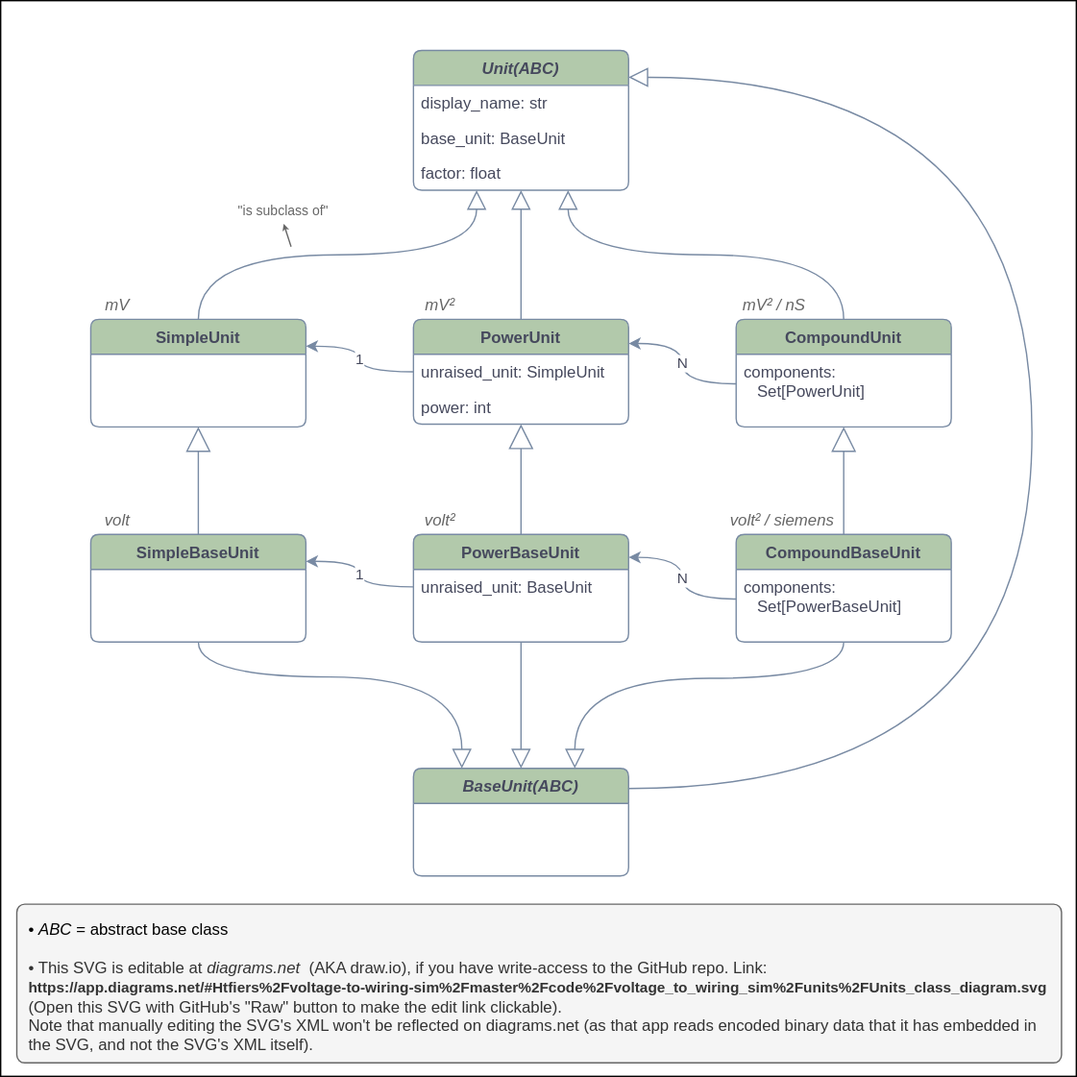
Earlier version of the draw.io export code/voltage_to_wiring_sim/units/Units_class_diagram.svg (tfiers/phd). Source tidied: cells renumbered, new cells last; positions are measured from the earlier drawing's top-left corner, leaving out a move shared by most shapes.
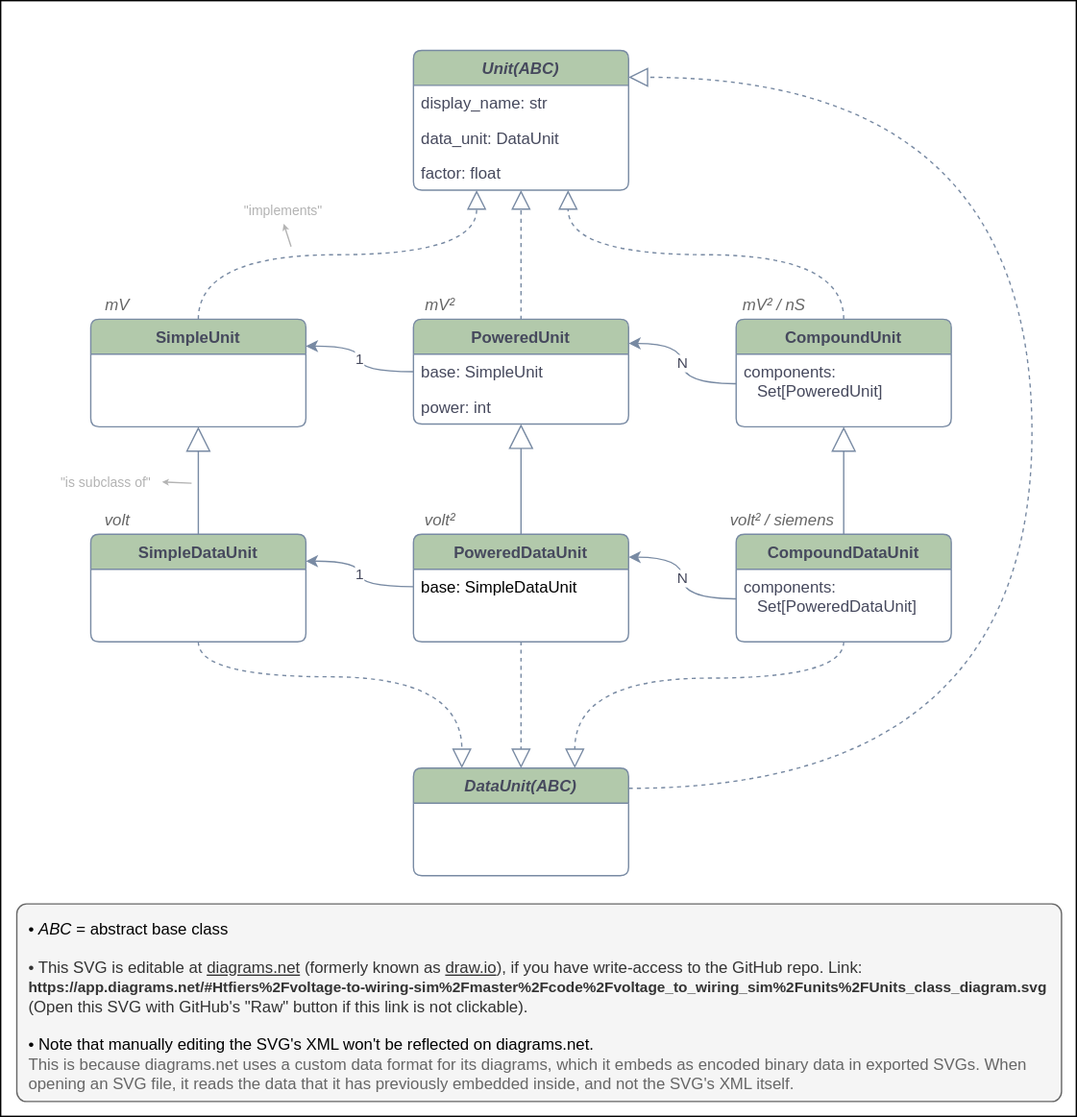
The same diagram one commit later.

Commit message:
Units_class_diagram: rename BaseUnit to DataUnit

The edit, as a diff of the source:
```diff
@@ -3,12 +3,12 @@
     <mxCell id="0" />
     <mxCell id="1" parent="0" />
     <mxCell id="2" style="rounded=0;whiteSpace=wrap;html=1;fontSize=12;align=left;" parent="1" vertex="1">
-      <mxGeometry width="800" height="800" as="geometry" />
+      <mxGeometry width="800" height="830" as="geometry" />
     </mxCell>
     <mxCell id="3" style="endArrow=block;endSize=16;endFill=0;html=1;strokeColor=#788AA3;fontColor=#46495D;curved=1;" parent="1" edge="1" source="34" target="24">
       <mxGeometry relative="1" as="geometry" />
     </mxCell>
-    <mxCell id="4" style="endArrow=block;endFill=0;endSize=12;html=1;strokeColor=#788AA3;fontColor=#46495D;edgeStyle=orthogonalEdgeStyle;curved=1;exitX=0.5;exitY=0;exitDx=0;exitDy=0;" parent="1" edge="1" source="24" target="25">
+    <mxCell id="4" style="endArrow=block;endFill=0;endSize=12;html=1;strokeColor=#788AA3;fontColor=#46495D;edgeStyle=orthogonalEdgeStyle;curved=1;exitX=0.5;exitY=0;exitDx=0;exitDy=0;dashed=1;" parent="1" edge="1" source="24" target="25">
       <mxGeometry relative="1" as="geometry">
         <Array as="points">
           <mxPoint x="147" y="189" />
@@ -16,7 +16,7 @@
         </Array>
       </mxGeometry>
     </mxCell>
-    <mxCell id="5" style="endArrow=block;endFill=0;endSize=12;html=1;strokeColor=#788AA3;fontColor=#46495D;exitX=0.5;exitY=0;exitDx=0;exitDy=0;edgeStyle=orthogonalEdgeStyle;curved=1;" parent="1" edge="1" source="29" target="25">
+    <mxCell id="5" style="endArrow=block;endFill=0;endSize=12;html=1;strokeColor=#788AA3;fontColor=#46495D;exitX=0.5;exitY=0;exitDx=0;exitDy=0;edgeStyle=orthogonalEdgeStyle;curved=1;dashed=1;" parent="1" edge="1" source="29" target="25">
       <mxGeometry relative="1" as="geometry" />
     </mxCell>
     <mxCell id="6" value="1" style="endArrow=none;html=1;exitX=1;exitY=0.25;exitDx=0;exitDy=0;strokeColor=#788AA3;fontColor=#46495D;startArrow=classic;startFill=1;entryX=0;entryY=0.5;entryDx=0;entryDy=0;edgeStyle=orthogonalEdgeStyle;curved=1;" parent="1" edge="1" source="24" target="30">
@@ -30,7 +30,7 @@
         </Array>
       </mxGeometry>
     </mxCell>
-    <mxCell id="8" style="endArrow=block;endFill=0;endSize=12;html=1;strokeColor=#788AA3;fontColor=#46495D;edgeStyle=orthogonalEdgeStyle;curved=1;exitX=0.5;exitY=0;exitDx=0;exitDy=0;" parent="1" edge="1" source="37" target="25">
+    <mxCell id="8" style="endArrow=block;endFill=0;endSize=12;html=1;strokeColor=#788AA3;fontColor=#46495D;edgeStyle=orthogonalEdgeStyle;curved=1;exitX=0.5;exitY=0;exitDx=0;exitDy=0;dashed=1;" parent="1" edge="1" source="37" target="25">
       <mxGeometry relative="1" as="geometry">
         <Array as="points">
           <mxPoint x="627" y="189" />
@@ -55,7 +55,7 @@
     <mxCell id="12" style="endArrow=block;endSize=16;endFill=0;html=1;strokeColor=#788AA3;fontColor=#46495D;curved=1;" parent="1" edge="1" source="35" target="37">
       <mxGeometry relative="1" as="geometry" />
     </mxCell>
-    <mxCell id="13" style="endArrow=block;endFill=0;endSize=12;html=1;strokeColor=#788AA3;fontColor=#46495D;edgeStyle=orthogonalEdgeStyle;curved=1;" parent="1" edge="1" source="39" target="25">
+    <mxCell id="13" style="endArrow=block;endFill=0;endSize=12;html=1;strokeColor=#788AA3;fontColor=#46495D;edgeStyle=orthogonalEdgeStyle;curved=1;dashed=1;" parent="1" edge="1" source="39" target="25">
       <mxGeometry relative="1" as="geometry">
         <Array as="points">
           <mxPoint x="767" y="586" />
@@ -63,7 +63,7 @@
         </Array>
       </mxGeometry>
     </mxCell>
-    <mxCell id="14" style="endArrow=block;endFill=0;endSize=12;html=1;strokeColor=#788AA3;fontColor=#46495D;edgeStyle=orthogonalEdgeStyle;curved=1;" parent="1" edge="1" source="34" target="39">
+    <mxCell id="14" style="endArrow=block;endFill=0;endSize=12;html=1;strokeColor=#788AA3;fontColor=#46495D;edgeStyle=orthogonalEdgeStyle;curved=1;dashed=1;" parent="1" edge="1" source="34" target="39">
       <mxGeometry relative="1" as="geometry">
         <Array as="points">
           <mxPoint x="147" y="503" />
@@ -71,10 +71,10 @@
         </Array>
       </mxGeometry>
     </mxCell>
-    <mxCell id="15" style="endArrow=block;endFill=0;endSize=12;html=1;strokeColor=#788AA3;fontColor=#46495D;edgeStyle=orthogonalEdgeStyle;curved=1;" parent="1" edge="1" source="32" target="39">
+    <mxCell id="15" style="endArrow=block;endFill=0;endSize=12;html=1;strokeColor=#788AA3;fontColor=#46495D;edgeStyle=orthogonalEdgeStyle;curved=1;dashed=1;" parent="1" edge="1" source="32" target="39">
       <mxGeometry relative="1" as="geometry" />
     </mxCell>
-    <mxCell id="16" style="endArrow=block;endFill=0;endSize=12;html=1;strokeColor=#788AA3;fontColor=#46495D;edgeStyle=orthogonalEdgeStyle;curved=1;" parent="1" edge="1" source="35" target="39">
+    <mxCell id="16" style="endArrow=block;endFill=0;endSize=12;html=1;strokeColor=#788AA3;fontColor=#46495D;edgeStyle=orthogonalEdgeStyle;curved=1;dashed=1;" parent="1" edge="1" source="35" target="39">
       <mxGeometry relative="1" as="geometry">
         <Array as="points">
           <mxPoint x="627" y="504" />
@@ -82,8 +82,8 @@
         </Array>
       </mxGeometry>
     </mxCell>
-    <mxCell id="17" value="&lt;span style=&quot;color: rgb(0 , 0 , 0) ; text-align: center&quot;&gt;• &lt;i&gt;ABC&lt;/i&gt; = abstract base class&lt;/span&gt;&lt;i&gt;&lt;br&gt;&lt;br&gt;&lt;/i&gt;• This SVG is editable at &lt;i&gt;diagrams.net&amp;nbsp;&lt;/i&gt;&amp;nbsp;(AKA draw.io), if you have write-access to the GitHub repo. Link:&lt;br&gt;&lt;a href=&quot;https://app.diagrams.net/#Htfiers%2Fvoltage-to-wiring-sim%2Fmaster%2Fcode%2Fvoltage_to_wiring_sim%2Funits%2FUnits_class_diagram.svg&quot;&gt;&lt;font style=&quot;font-size: 11px&quot;&gt;&lt;b&gt;https://app.diagrams.net/#Htfiers%2Fvoltage-to-wiring-sim%2Fmaster%2Fcode%2Fvoltage_to_wiring_sim%2Funits%2FUnits_class_diagram.svg&lt;/b&gt;&lt;/font&gt;&lt;/a&gt;&lt;br&gt;(Open this SVG with GitHub's &quot;Raw&quot; button to make the edit link clickable).&lt;br&gt;Note that manually editing the SVG's XML won't be reflected on diagrams.net (as that app reads encoded binary data that it has embedded in the SVG, and not the SVG's XML itself)." style="text;html=1;align=left;verticalAlign=top;whiteSpace=wrap;rounded=1;fontSize=12;strokeColor=#666666;fillColor=#f5f5f5;fontColor=#333333;perimeterSpacing=8;arcSize=5;spacing=9;shadow=0;spacingTop=-2;" parent="1" vertex="1">
-      <mxGeometry x="12" y="672" width="777" height="118" as="geometry" />
+    <mxCell id="17" value="&lt;span style=&quot;color: rgb(0 , 0 , 0) ; text-align: center&quot;&gt;• &lt;i&gt;ABC&lt;/i&gt; = abstract base class&lt;/span&gt;&lt;i&gt;&lt;br&gt;&lt;br&gt;&lt;/i&gt;• This SVG is editable at &lt;u&gt;diagrams.net&lt;/u&gt;&amp;nbsp;(formerly known as &lt;u&gt;draw.io&lt;/u&gt;), if you have write-access to the GitHub repo. Link:&lt;br&gt;&lt;a href=&quot;https://app.diagrams.net/#Htfiers%2Fvoltage-to-wiring-sim%2Fmaster%2Fcode%2Fvoltage_to_wiring_sim%2Funits%2FUnits_class_diagram.svg&quot;&gt;&lt;font style=&quot;font-size: 11px&quot;&gt;&lt;b&gt;https://app.diagrams.net/#Htfiers%2Fvoltage-to-wiring-sim%2Fmaster%2Fcode%2Fvoltage_to_wiring_sim%2Funits%2FUnits_class_diagram.svg&lt;/b&gt;&lt;/font&gt;&lt;/a&gt;&lt;br&gt;(Open this SVG with GitHub's &quot;Raw&quot; button if this link is not clickable).&lt;br&gt;&lt;font style=&quot;color: rgb(102 , 102 , 102) ; font-size: 8px ; line-height: 80%&quot;&gt;&amp;nbsp;&lt;/font&gt;&lt;br&gt;&lt;font color=&quot;#000000&quot;&gt;• Note that manually editing the SVG's XML won't be reflected on diagrams.net.&lt;/font&gt;&lt;br&gt;&lt;font color=&quot;#666666&quot;&gt;This is because diagrams.net uses a custom data format for its diagrams, which it embeds as encoded binary data in exported SVGs. When opening an SVG file, it reads the data that it has previously embedded inside, and not the SVG's XML itself.&lt;/font&gt;" style="text;html=1;align=left;verticalAlign=top;whiteSpace=wrap;rounded=1;fontSize=12;strokeColor=#666666;fillColor=#f5f5f5;fontColor=#333333;perimeterSpacing=8;arcSize=5;spacing=9;shadow=0;spacingTop=-2;" parent="1" vertex="1">
+      <mxGeometry x="12" y="672" width="777" height="147" as="geometry" />
     </mxCell>
     <mxCell id="18" value="mV" style="text;html=1;align=center;verticalAlign=middle;whiteSpace=wrap;rounded=0;fontSize=12;fontColor=#666666;fontStyle=2;" parent="1" vertex="1">
       <mxGeometry x="67" y="217" width="40" height="20" as="geometry" />
@@ -112,52 +112,60 @@
     <mxCell id="26" value="display_name: str" style="text;strokeColor=none;fillColor=none;align=left;verticalAlign=top;spacingLeft=4;spacingRight=4;overflow=hidden;fontColor=#46495D;rounded=1;" parent="25" vertex="1">
       <mxGeometry y="26" width="160" height="26" as="geometry" />
     </mxCell>
-    <mxCell id="27" value="base_unit: BaseUnit" style="text;strokeColor=none;fillColor=none;align=left;verticalAlign=top;spacingLeft=4;spacingRight=4;overflow=hidden;fontColor=#46495D;rounded=1;" parent="25" vertex="1">
+    <mxCell id="27" value="data_unit: DataUnit" style="text;strokeColor=none;fillColor=none;align=left;verticalAlign=top;spacingLeft=4;spacingRight=4;overflow=hidden;fontColor=#46495D;rounded=1;" parent="25" vertex="1">
       <mxGeometry y="52" width="160" height="26" as="geometry" />
     </mxCell>
     <mxCell id="28" value="factor: float" style="text;strokeColor=none;fillColor=none;align=left;verticalAlign=top;spacingLeft=4;spacingRight=4;overflow=hidden;fontColor=#46495D;rounded=1;" parent="25" vertex="1">
       <mxGeometry y="78" width="160" height="26" as="geometry" />
     </mxCell>
-    <mxCell id="29" value="PowerUnit" style="swimlane;fontStyle=1;align=center;verticalAlign=top;horizontal=1;startSize=26;shadow=0;strokeWidth=1;spacing=0;fillColor=#B2C9AB;strokeColor=#788AA3;fontColor=#46495D;rounded=1;arcSize=8;spacingTop=2;" parent="1" vertex="1">
+    <mxCell id="29" value="PoweredUnit" style="swimlane;fontStyle=1;align=center;verticalAlign=top;horizontal=1;startSize=26;shadow=0;strokeWidth=1;spacing=0;fillColor=#B2C9AB;strokeColor=#788AA3;fontColor=#46495D;rounded=1;arcSize=8;spacingTop=2;" parent="1" vertex="1">
       <mxGeometry x="307" y="237" width="160" height="78" as="geometry" />
     </mxCell>
-    <mxCell id="30" value="unraised_unit: SimpleUnit" style="text;strokeColor=none;fillColor=none;align=left;verticalAlign=top;spacingLeft=4;spacingRight=4;overflow=hidden;points=[[0,0.5],[1,0.5]];portConstraint=eastwest;fontColor=#46495D;rounded=1;" parent="29" vertex="1">
+    <mxCell id="30" value="base: SimpleUnit" style="text;strokeColor=none;fillColor=none;align=left;verticalAlign=top;spacingLeft=4;spacingRight=4;overflow=hidden;points=[[0,0.5],[1,0.5]];portConstraint=eastwest;fontColor=#46495D;rounded=1;" parent="29" vertex="1">
       <mxGeometry y="26" width="160" height="26" as="geometry" />
     </mxCell>
     <mxCell id="31" value="power: int" style="text;strokeColor=none;fillColor=none;align=left;verticalAlign=top;spacingLeft=4;spacingRight=4;overflow=hidden;rounded=1;fontSize=12;fontColor=#46495D;" parent="29" vertex="1">
       <mxGeometry y="52" width="160" height="26" as="geometry" />
     </mxCell>
-    <mxCell id="32" value="PowerBaseUnit" style="swimlane;fontStyle=1;align=center;verticalAlign=top;horizontal=1;startSize=26;shadow=0;strokeWidth=1;spacing=0;fillColor=#B2C9AB;strokeColor=#788AA3;fontColor=#46495D;rounded=1;arcSize=8;spacingTop=2;" parent="1" vertex="1">
+    <mxCell id="32" value="PoweredDataUnit" style="swimlane;fontStyle=1;align=center;verticalAlign=top;horizontal=1;startSize=26;shadow=0;strokeWidth=1;spacing=0;fillColor=#B2C9AB;strokeColor=#788AA3;fontColor=#46495D;rounded=1;arcSize=8;spacingTop=2;" parent="1" vertex="1">
       <mxGeometry x="307" y="397" width="160" height="80" as="geometry" />
     </mxCell>
-    <mxCell id="33" value="unraised_unit: BaseUnit" style="text;strokeColor=none;fillColor=none;align=left;verticalAlign=top;spacingLeft=4;spacingRight=4;overflow=hidden;points=[[0,0.5],[1,0.5]];portConstraint=eastwest;rounded=1;fontColor=#46495D;" parent="32" vertex="1">
+    <mxCell id="33" value="base: SimpleDataUnit" style="text;strokeColor=none;fillColor=none;align=left;verticalAlign=top;spacingLeft=4;spacingRight=4;overflow=hidden;points=[[0,0.5],[1,0.5]];portConstraint=eastwest;rounded=1;labelBackgroundColor=#ffffff;" parent="32" vertex="1">
       <mxGeometry y="26" width="160" height="26" as="geometry" />
     </mxCell>
-    <mxCell id="34" value="SimpleBaseUnit" style="swimlane;fontStyle=1;align=center;verticalAlign=top;horizontal=1;startSize=26;shadow=0;strokeWidth=1;spacing=0;fillColor=#B2C9AB;strokeColor=#788AA3;fontColor=#46495D;rounded=1;arcSize=8;spacingTop=2;" parent="1" vertex="1">
+    <mxCell id="34" value="SimpleDataUnit" style="swimlane;fontStyle=1;align=center;verticalAlign=top;horizontal=1;startSize=26;shadow=0;strokeWidth=1;spacing=0;fillColor=#B2C9AB;strokeColor=#788AA3;fontColor=#46495D;rounded=1;arcSize=8;spacingTop=2;" parent="1" vertex="1">
       <mxGeometry x="67" y="397" width="160" height="80" as="geometry" />
     </mxCell>
-    <mxCell id="35" value="CompoundBaseUnit" style="swimlane;fontStyle=1;align=center;verticalAlign=top;horizontal=1;startSize=26;shadow=0;strokeWidth=1;spacing=0;fillColor=#B2C9AB;strokeColor=#788AA3;fontColor=#46495D;rounded=1;arcSize=8;spacingTop=2;" parent="1" vertex="1">
+    <mxCell id="35" value="CompoundDataUnit" style="swimlane;fontStyle=1;align=center;verticalAlign=top;horizontal=1;startSize=26;shadow=0;strokeWidth=1;spacing=0;fillColor=#B2C9AB;strokeColor=#788AA3;fontColor=#46495D;rounded=1;arcSize=8;spacingTop=2;" parent="1" vertex="1">
       <mxGeometry x="547" y="397" width="160" height="80" as="geometry" />
     </mxCell>
-    <mxCell id="36" value="components:&#10;   Set[PowerBaseUnit]" style="text;strokeColor=none;fillColor=none;align=left;verticalAlign=top;spacingLeft=4;spacingRight=4;overflow=hidden;points=[[0,0.5],[1,0.5]];portConstraint=eastwest;rounded=1;fontColor=#46495D;fontSize=12;" parent="35" vertex="1">
+    <mxCell id="36" value="components:&#10;   Set[PoweredDataUnit]" style="text;strokeColor=none;fillColor=none;align=left;verticalAlign=top;spacingLeft=4;spacingRight=4;overflow=hidden;points=[[0,0.5],[1,0.5]];portConstraint=eastwest;rounded=1;fontColor=#46495D;fontSize=12;" parent="35" vertex="1">
       <mxGeometry y="26" width="160" height="44" as="geometry" />
     </mxCell>
     <mxCell id="37" value="CompoundUnit" style="swimlane;fontStyle=1;align=center;verticalAlign=top;horizontal=1;startSize=26;shadow=0;strokeWidth=1;spacing=0;fillColor=#B2C9AB;strokeColor=#788AA3;fontColor=#46495D;rounded=1;arcSize=8;spacingTop=2;" parent="1" vertex="1">
       <mxGeometry x="547" y="237" width="160" height="80" as="geometry" />
     </mxCell>
-    <mxCell id="38" value="components:&#10;   Set[PowerUnit]" style="text;strokeColor=none;fillColor=none;align=left;verticalAlign=top;spacingLeft=4;spacingRight=4;overflow=hidden;points=[[0,0.5],[1,0.5]];portConstraint=eastwest;rounded=1;fontColor=#46495D;" parent="37" vertex="1">
+    <mxCell id="38" value="components:&#10;   Set[PoweredUnit]" style="text;strokeColor=none;fillColor=none;align=left;verticalAlign=top;spacingLeft=4;spacingRight=4;overflow=hidden;points=[[0,0.5],[1,0.5]];portConstraint=eastwest;rounded=1;fontColor=#46495D;" parent="37" vertex="1">
       <mxGeometry y="26" width="160" height="44" as="geometry" />
     </mxCell>
-    <mxCell id="39" value="BaseUnit(ABC)" style="swimlane;fontStyle=3;align=center;verticalAlign=top;horizontal=1;startSize=26;shadow=0;strokeWidth=1;spacing=0;fillColor=#B2C9AB;strokeColor=#788AA3;fontColor=#46495D;rounded=1;arcSize=8;spacingTop=2;" parent="1" vertex="1">
+    <mxCell id="39" value="DataUnit(ABC)" style="swimlane;fontStyle=3;align=center;verticalAlign=top;horizontal=1;startSize=26;shadow=0;strokeWidth=1;spacing=0;fillColor=#B2C9AB;strokeColor=#788AA3;fontColor=#46495D;rounded=1;arcSize=8;spacingTop=2;" parent="1" vertex="1">
       <mxGeometry x="307" y="571" width="160" height="80" as="geometry" />
     </mxCell>
-    <mxCell id="40" value="&quot;is subclass of&quot;" style="text;html=1;strokeColor=none;fillColor=none;align=center;verticalAlign=middle;whiteSpace=wrap;rounded=0;fontColor=#666666;fontSize=10;" parent="1" vertex="1">
+    <mxCell id="40" value="&quot;implements&quot;" style="text;html=1;strokeColor=none;fillColor=none;align=center;verticalAlign=middle;whiteSpace=wrap;rounded=0;fontSize=10;fontColor=#B3B3B3;" parent="1" vertex="1">
       <mxGeometry x="169" y="146" width="83" height="20" as="geometry" />
     </mxCell>
-    <mxCell id="41" style="endArrow=classic;html=1;labelBackgroundColor=#F5F5F5;fontSize=10;entryX=0.5;entryY=1;entryDx=0;entryDy=0;fontColor=#666666;endFill=1;exitX=0.5;exitY=1;exitDx=0;exitDy=0;strokeColor=#666666;endSize=2;" parent="1" edge="1" target="40">
+    <mxCell id="41" style="endArrow=classic;html=1;labelBackgroundColor=#F5F5F5;fontSize=10;entryX=0.5;entryY=1;entryDx=0;entryDy=0;fontColor=#666666;endFill=1;exitX=0.5;exitY=1;exitDx=0;exitDy=0;endSize=2;strokeColor=#B3B3B3;" parent="1" edge="1" target="40">
       <mxGeometry relative="1" as="geometry">
         <mxPoint x="216" y="183" as="sourcePoint" />
       </mxGeometry>
     </mxCell>
+    <mxCell id="42" value="&quot;is subclass of&quot;" style="text;html=1;strokeColor=none;fillColor=none;align=center;verticalAlign=middle;whiteSpace=wrap;rounded=0;fontSize=10;fontColor=#B3B3B3;" parent="1" vertex="1">
+      <mxGeometry x="37" y="348" width="83" height="20" as="geometry" />
+    </mxCell>
+    <mxCell id="43" style="endArrow=classic;html=1;labelBackgroundColor=#F5F5F5;fontSize=10;entryX=1;entryY=0.5;entryDx=0;entryDy=0;fontColor=#666666;endFill=1;endSize=2;strokeColor=#B3B3B3;" parent="1" edge="1" target="42">
+      <mxGeometry relative="1" as="geometry">
+        <mxPoint x="142" y="359" as="sourcePoint" />
+      </mxGeometry>
+    </mxCell>
   </root>
 </mxGraphModel>
```
